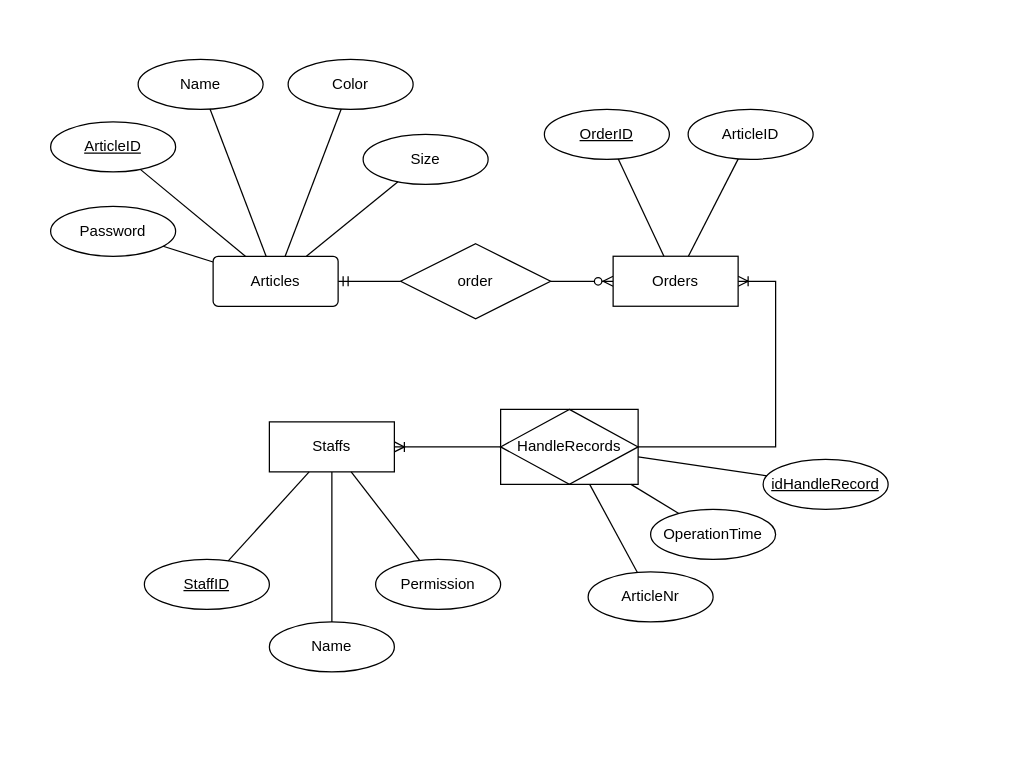
Above: WareHouseERD.drawio in coryTuyaoqing/InventoryManagingApp (draw.io), before the change. Source tidied: cells renumbered, new cells numbered last; positions are measured from the earlier drawing's top-left corner, leaving out a move shared by most shapes. Both pictures are drawn from the tidied source at 125%, with x=0, y=0 at pixel (50, 59).
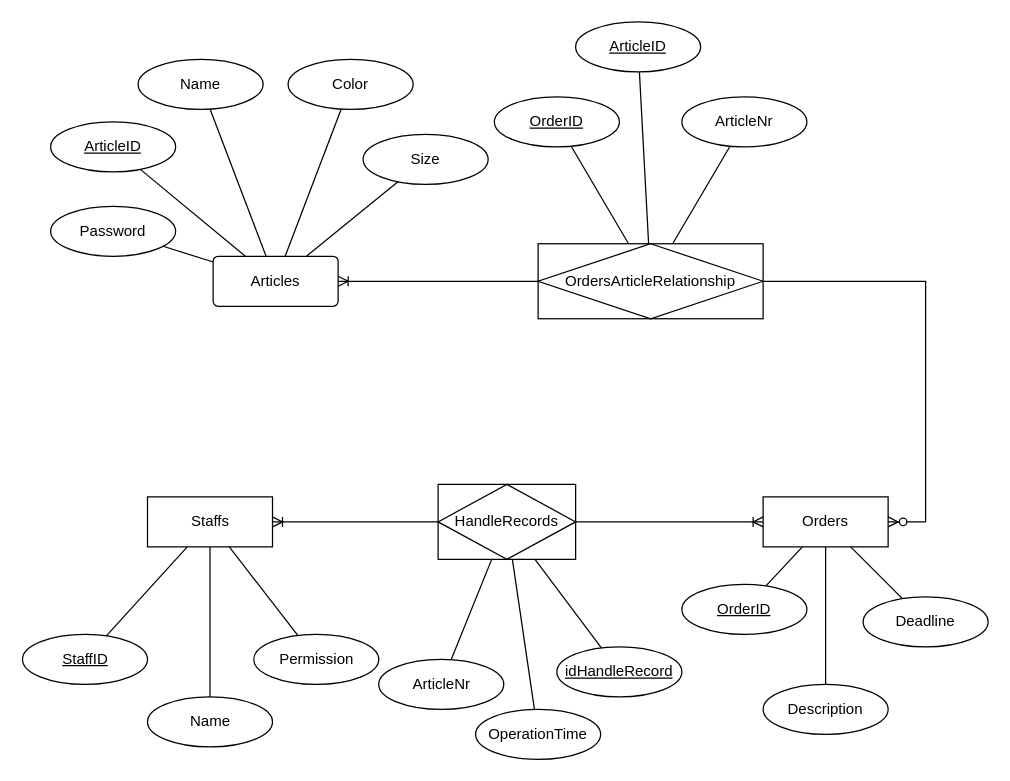
The same diagram, later.

Unchanged cells that the change refers to:
```xml
<mxCell id="8" value="Articles" style="rounded=1;arcSize=10;whiteSpace=wrap;html=1;align=center;" parent="1" vertex="1">
  <mxGeometry x="130" y="157.5" width="100" height="40" as="geometry" />
</mxCell>
```

Change to the diagram source:
```diff
@@
-    <mxCell id="2" value="order" style="shape=rhombus;perimeter=rhombusPerimeter;whiteSpace=wrap;html=1;align=center;" parent="1" vertex="1">
-      <mxGeometry x="280" y="147.5" width="120" height="60" as="geometry" />
-    </mxCell>
-    <mxCell id="3" style="edgeStyle=entityRelationEdgeStyle;fontSize=12;html=1;endArrow=ERmandOne;rounded=0;" parent="1" edge="1" source="2" target="8">
-      <mxGeometry relative="1" as="geometry" />
-    </mxCell>
-    <mxCell id="4" style="edgeStyle=entityRelationEdgeStyle;fontSize=12;html=1;endArrow=ERzeroToMany;endFill=1;rounded=0;" parent="1" edge="1" source="2" target="17">
-      <mxGeometry relative="1" as="geometry" />
-    </mxCell>
     <mxCell id="5" value="HandleRecords" style="shape=associativeEntity;whiteSpace=wrap;html=1;align=center;rotation=0;" parent="1" vertex="1">
-      <mxGeometry x="360" y="280" width="110" height="60" as="geometry" />
+      <mxGeometry x="310" y="340" width="110" height="60" as="geometry" />
     </mxCell>
     <mxCell id="6" style="edgeStyle=entityRelationEdgeStyle;fontSize=12;html=1;endArrow=ERoneToMany;rounded=0;" parent="1" edge="1" source="5" target="22">
-      <mxGeometry relative="1" as="geometry" />
+      <mxGeometry relative="1" as="geometry">
+        <Array as="points">
+          <mxPoint x="340" y="370" />
+        </Array>
+      </mxGeometry>
     </mxCell>
@@
     <mxCell id="17" value="Orders" style="whiteSpace=wrap;html=1;align=center;" parent="1" vertex="1">
-      <mxGeometry x="450" y="157.5" width="100" height="40" as="geometry" />
+      <mxGeometry x="570" y="350" width="100" height="40" as="geometry" />
     </mxCell>
     <mxCell id="18" value="OrderID" style="ellipse;whiteSpace=wrap;html=1;align=center;fontStyle=4;" parent="1" vertex="1">
-      <mxGeometry x="395" y="40" width="100" height="40" as="geometry" />
+      <mxGeometry x="355" y="30" width="100" height="40" as="geometry" />
     </mxCell>
-    <mxCell id="19" value="ArticleID" style="ellipse;whiteSpace=wrap;html=1;align=center;" parent="1" vertex="1">
-      <mxGeometry x="510" y="40" width="100" height="40" as="geometry" />
-    </mxCell>
-    <mxCell id="20" style="endArrow=none;html=1;rounded=0;" parent="1" edge="1" source="18" target="17">
+    <mxCell id="20" style="endArrow=none;html=1;rounded=0;" parent="1" edge="1" source="18" target="37">
       <mxGeometry relative="1" as="geometry" />
     </mxCell>
-    <mxCell id="21" style="endArrow=none;html=1;rounded=0;" parent="1" edge="1" source="19" target="17">
+    <mxCell id="21" style="endArrow=none;html=1;rounded=0;" parent="1" edge="1" source="19" target="37">
       <mxGeometry relative="1" as="geometry" />
     </mxCell>
     <mxCell id="22" value="Staffs" style="whiteSpace=wrap;html=1;align=center;" parent="1" vertex="1">
-      <mxGeometry x="175" y="290" width="100" height="40" as="geometry" />
+      <mxGeometry x="77.5" y="350" width="100" height="40" as="geometry" />
     </mxCell>
     <mxCell id="23" value="StaffID" style="ellipse;whiteSpace=wrap;html=1;align=center;fontStyle=4;" parent="1" vertex="1">
-      <mxGeometry x="75" y="400" width="100" height="40" as="geometry" />
+      <mxGeometry x="-22.5" y="460" width="100" height="40" as="geometry" />
     </mxCell>
     <mxCell id="24" value="Name" style="ellipse;whiteSpace=wrap;html=1;align=center;" parent="1" vertex="1">
-      <mxGeometry x="175" y="450" width="100" height="40" as="geometry" />
+      <mxGeometry x="77.5" y="510" width="100" height="40" as="geometry" />
     </mxCell>
     <mxCell id="25" value="Permission" style="ellipse;whiteSpace=wrap;html=1;align=center;" parent="1" vertex="1">
-      <mxGeometry x="260" y="400" width="100" height="40" as="geometry" />
+      <mxGeometry x="162.5" y="460" width="100" height="40" as="geometry" />
     </mxCell>
@@
     <mxCell id="29" value="OperationTime" style="ellipse;whiteSpace=wrap;html=1;align=center;" parent="1" vertex="1">
-      <mxGeometry x="480" y="360" width="100" height="40" as="geometry" />
+      <mxGeometry x="340" y="520" width="100" height="40" as="geometry" />
     </mxCell>
@@
     <mxCell id="31" value="idHandleRecord" style="ellipse;whiteSpace=wrap;html=1;align=center;fontStyle=4;" parent="1" vertex="1">
-      <mxGeometry x="570" y="320" width="100" height="40" as="geometry" />
+      <mxGeometry x="405" y="470" width="100" height="40" as="geometry" />
     </mxCell>
@@
     <mxCell id="33" value="ArticleNr" style="ellipse;whiteSpace=wrap;html=1;align=center;" parent="1" vertex="1">
-      <mxGeometry x="430" y="410" width="100" height="40" as="geometry" />
+      <mxGeometry x="262.5" y="480" width="100" height="40" as="geometry" />
     </mxCell>
@@
+    <mxCell id="37" value="OrdersArticleRelationship" style="shape=associativeEntity;whiteSpace=wrap;html=1;align=center;" parent="1" vertex="1">
+      <mxGeometry x="390" y="147.5" width="180" height="60" as="geometry" />
+    </mxCell>
+    <mxCell id="19" value="ArticleID" style="ellipse;whiteSpace=wrap;html=1;align=center;fontStyle=4;" parent="1" vertex="1">
+      <mxGeometry x="420" y="-30" width="100" height="40" as="geometry" />
+    </mxCell>
+    <mxCell id="38" value="ArticleNr" style="ellipse;whiteSpace=wrap;html=1;align=center;" parent="1" vertex="1">
+      <mxGeometry x="505" y="30" width="100" height="40" as="geometry" />
+    </mxCell>
+    <mxCell id="39" style="endArrow=none;html=1;rounded=0;" parent="1" edge="1" source="37" target="38">
+      <mxGeometry relative="1" as="geometry" />
+    </mxCell>
+    <mxCell id="40" style="edgeStyle=entityRelationEdgeStyle;fontSize=12;html=1;endArrow=ERoneToMany;rounded=0;" parent="1" edge="1" source="37" target="8">
+      <mxGeometry relative="1" as="geometry" />
+    </mxCell>
+    <mxCell id="41" style="edgeStyle=entityRelationEdgeStyle;fontSize=12;html=1;endArrow=ERzeroToMany;endFill=1;rounded=0;" parent="1" edge="1" source="37" target="17">
+      <mxGeometry relative="1" as="geometry" />
+    </mxCell>
+    <mxCell id="42" value="OrderID" style="ellipse;whiteSpace=wrap;html=1;align=center;fontStyle=4;" parent="1" vertex="1">
+      <mxGeometry x="505" y="420" width="100" height="40" as="geometry" />
+    </mxCell>
+    <mxCell id="43" value="Description" style="ellipse;whiteSpace=wrap;html=1;align=center;" parent="1" vertex="1">
+      <mxGeometry x="570" y="500" width="100" height="40" as="geometry" />
+    </mxCell>
+    <mxCell id="44" value="Deadline" style="ellipse;whiteSpace=wrap;html=1;align=center;" parent="1" vertex="1">
+      <mxGeometry x="650" y="430" width="100" height="40" as="geometry" />
+    </mxCell>
+    <mxCell id="45" style="endArrow=none;html=1;rounded=0;" parent="1" edge="1" source="42" target="17">
+      <mxGeometry relative="1" as="geometry" />
+    </mxCell>
+    <mxCell id="46" style="endArrow=none;html=1;rounded=0;" parent="1" edge="1" source="17" target="43">
+      <mxGeometry relative="1" as="geometry" />
+    </mxCell>
+    <mxCell id="47" style="endArrow=none;html=1;rounded=0;" parent="1" edge="1" source="17" target="44">
+      <mxGeometry relative="1" as="geometry" />
+    </mxCell>
```
